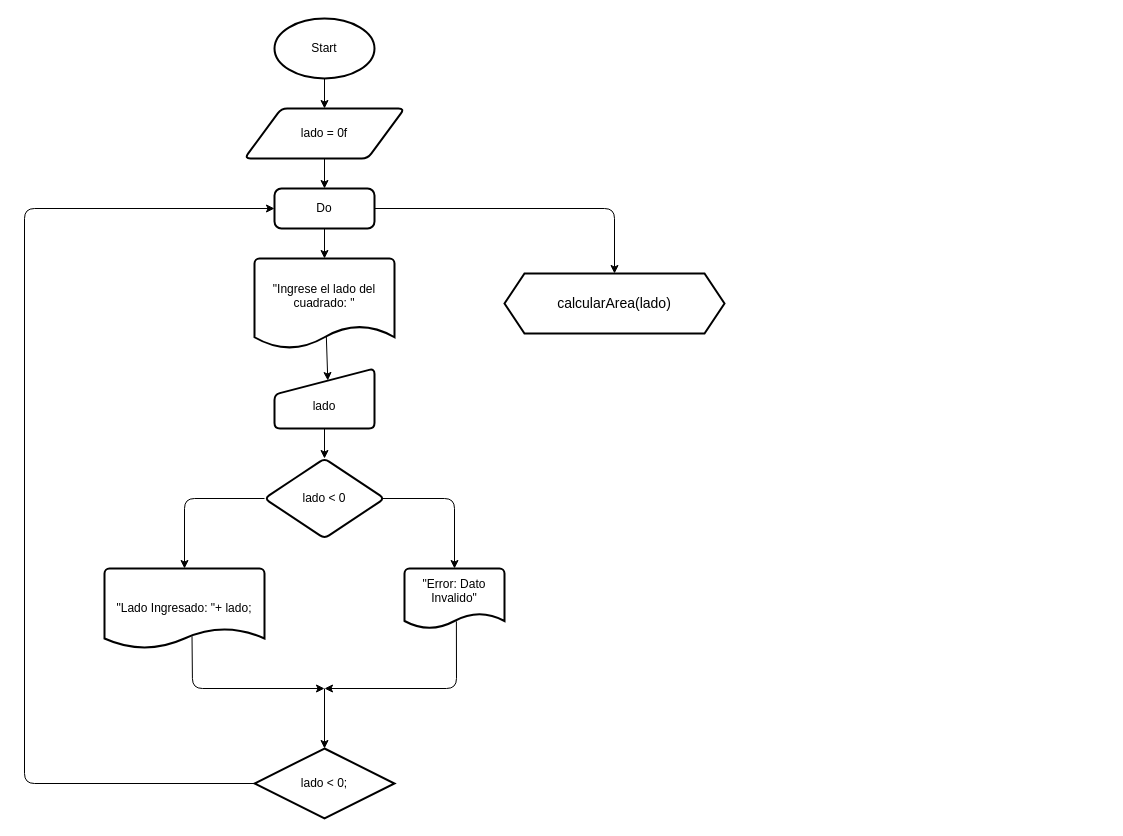
AnthonyLozadaAlexander/DiagramaDeFlujos keeps this draw.io diagram as AreaDeUnCuadrado.drawio. Above is the earlier version. Source tidied: cells renumbered, new cells numbered last; positions are measured from the earlier drawing's top-left corner, leaving out a move shared by most shapes. Both pictures are drawn from the tidied source at 100%, with x=0, y=0 at pixel (24, 18).
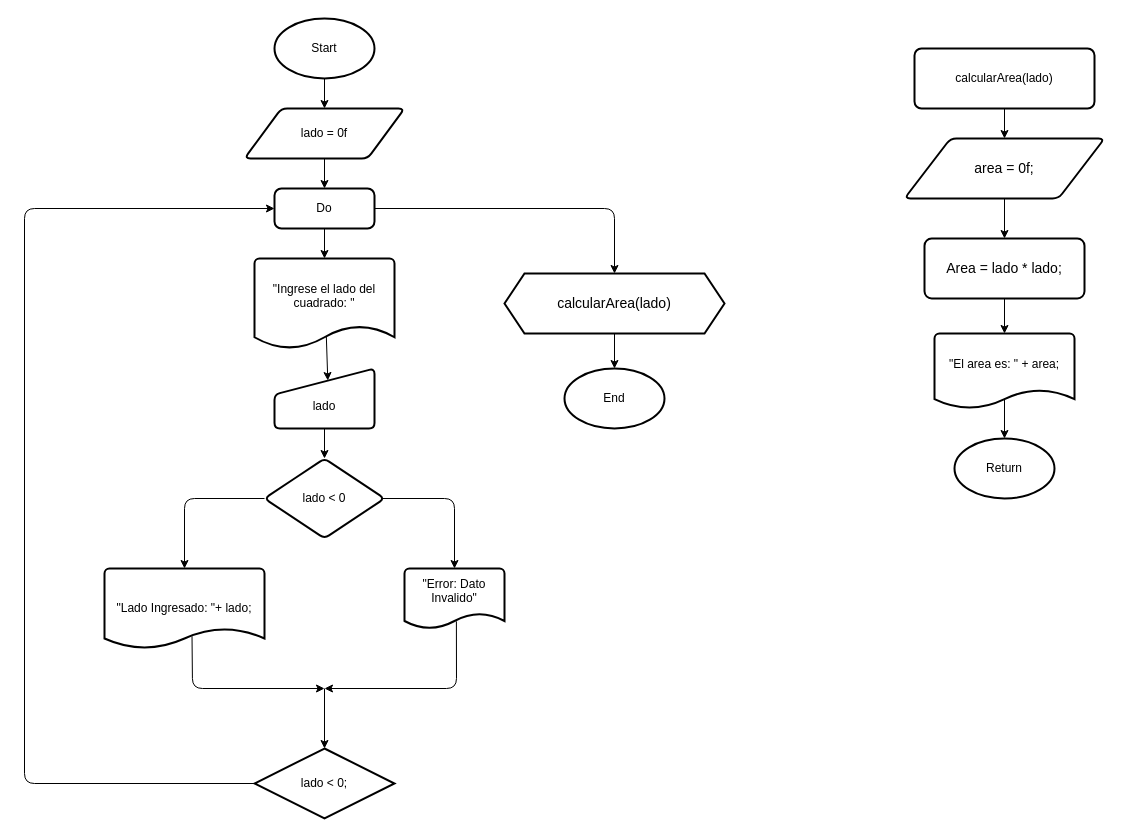
Above is the later version.

Commit message:
Actualizar diagrama de flujo para agregar lógica de cálculo del área de un cuadrado y mejorar la disposición de elementos.

Unchanged cells that the change refers to:
```xml
<mxCell id="23" value="calcularArea(lado)" style="shape=hexagon;perimeter=hexagonPerimeter2;whiteSpace=wrap;html=1;fixedSize=1;strokeWidth=2;fontSize=14;" parent="1" vertex="1">
  <mxGeometry x="480" y="255" width="220" height="60" as="geometry" />
</mxCell>
```

Change to the diagram source:
```diff
@@
+    <mxCell id="24" value="End" style="strokeWidth=2;html=1;shape=mxgraph.flowchart.start_1;whiteSpace=wrap;" parent="1" vertex="1">
+      <mxGeometry x="540" y="350" width="100" height="60" as="geometry" />
+    </mxCell>
+    <mxCell id="25" style="edgeStyle=none;html=1;entryX=0.5;entryY=0;entryDx=0;entryDy=0;entryPerimeter=0;" parent="1" edge="1" source="23" target="24">
+      <mxGeometry relative="1" as="geometry" />
+    </mxCell>
+    <mxCell id="26" style="edgeStyle=none;html=1;" parent="1" edge="1" source="27" target="29">
+      <mxGeometry relative="1" as="geometry" />
+    </mxCell>
+    <mxCell id="27" value="calcularArea(lado)" style="rounded=1;whiteSpace=wrap;html=1;absoluteArcSize=1;arcSize=14;strokeWidth=2;" parent="1" vertex="1">
+      <mxGeometry x="890" y="30" width="180" height="60" as="geometry" />
+    </mxCell>
+    <mxCell id="28" style="edgeStyle=none;html=1;" parent="1" edge="1" source="29" target="30">
+      <mxGeometry relative="1" as="geometry" />
+    </mxCell>
+    <mxCell id="29" value="area = 0f;" style="shape=parallelogram;html=1;strokeWidth=2;perimeter=parallelogramPerimeter;whiteSpace=wrap;rounded=1;arcSize=12;size=0.23;fontSize=14;" parent="1" vertex="1">
+      <mxGeometry x="880" y="120" width="200" height="60" as="geometry" />
+    </mxCell>
+    <mxCell id="30" value="Area = lado * lado;" style="whiteSpace=wrap;html=1;fontSize=14;strokeWidth=2;rounded=1;arcSize=12;" parent="1" vertex="1">
+      <mxGeometry x="900" y="220" width="160" height="60" as="geometry" />
+    </mxCell>
+    <mxCell id="31" value="&quot;El area es: &quot; + area;&lt;div&gt;&lt;br&gt;&lt;/div&gt;" style="strokeWidth=2;html=1;shape=mxgraph.flowchart.document2;whiteSpace=wrap;size=0.25;" parent="1" vertex="1">
+      <mxGeometry x="910" y="315" width="140" height="75" as="geometry" />
+    </mxCell>
+    <mxCell id="32" style="edgeStyle=none;html=1;entryX=0.5;entryY=0;entryDx=0;entryDy=0;entryPerimeter=0;" parent="1" edge="1" source="30" target="31">
+      <mxGeometry relative="1" as="geometry" />
+    </mxCell>
+    <mxCell id="33" value="Return" style="strokeWidth=2;html=1;shape=mxgraph.flowchart.start_1;whiteSpace=wrap;" parent="1" vertex="1">
+      <mxGeometry x="930" y="420" width="100" height="60" as="geometry" />
+    </mxCell>
+    <mxCell id="34" style="edgeStyle=none;html=1;entryX=0.5;entryY=0;entryDx=0;entryDy=0;entryPerimeter=0;exitX=0.5;exitY=0.871;exitDx=0;exitDy=0;exitPerimeter=0;" parent="1" edge="1" source="31" target="33">
+      <mxGeometry relative="1" as="geometry" />
+    </mxCell>
```
